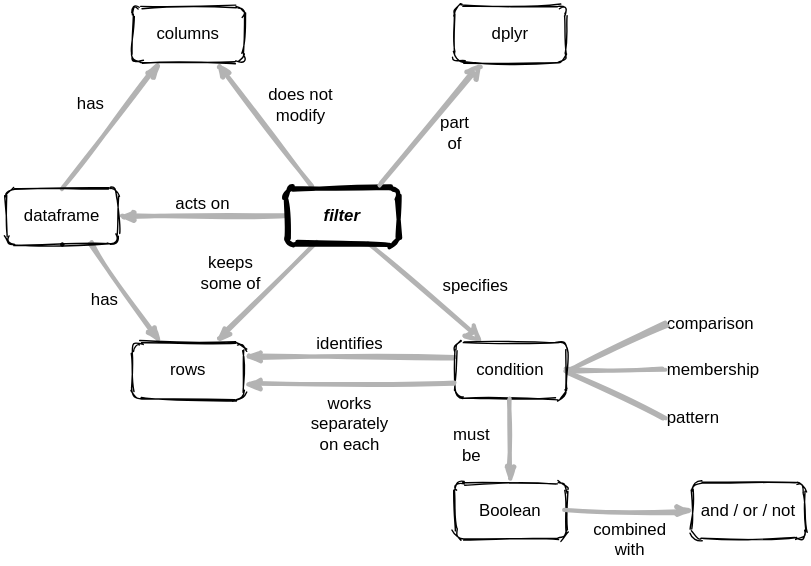
Before: en/filter.svg, a diagram exported from draw.io (rstudio/concept-maps). Source tidied: cells renumbered, new cells last; positions are measured from the earlier drawing's top-left corner, leaving out a move shared by most shapes.
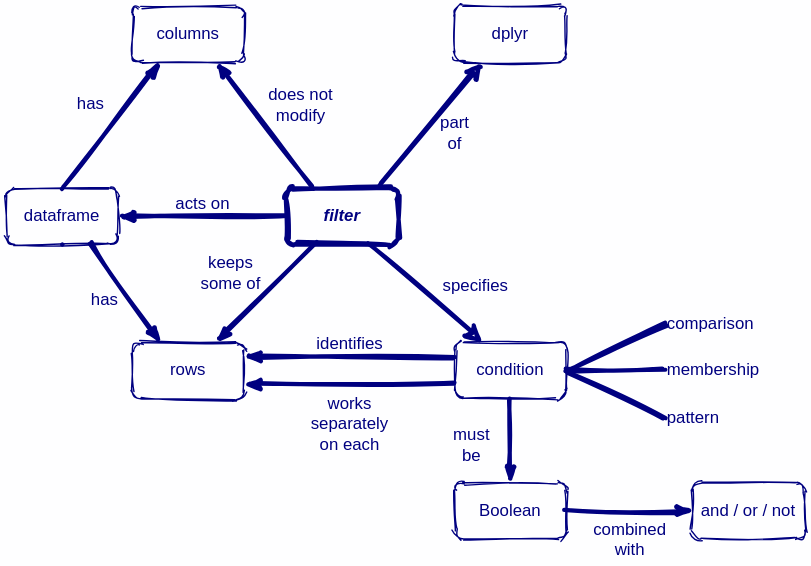
Above is the later version.

What changed in the source:
```diff
@@ -1,91 +1,91 @@
-<mxGraphModel background="#ffffff">
+<mxGraphModel background="#FEFEFF">
   <root>
     <mxCell id="0" />
     <mxCell id="1" parent="0" />
-    <mxCell id="2" value="acts on" style="edgeStyle=none;rounded=1;html=1;labelBackgroundColor=none;startArrow=none;startFill=0;startSize=5;endArrow=classicThin;endFill=1;endSize=5;jettySize=auto;strokeColor=#B3B3B3;strokeWidth=3;fontFamily=Helvetica;fontSize=12;exitX=0;exitY=0.5;exitDx=0;exitDy=0;entryX=1;entryY=0.5;entryDx=0;entryDy=0;verticalAlign=bottom;sketch=1;" parent="1" edge="1" source="13" target="8">
+    <mxCell id="2" value="acts on" style="edgeStyle=none;rounded=1;html=1;labelBackgroundColor=none;startArrow=none;startFill=0;startSize=5;endArrow=classicThin;endFill=1;endSize=5;jettySize=auto;strokeWidth=3;fontFamily=Helvetica;fontSize=12;exitX=0;exitY=0.5;exitDx=0;exitDy=0;entryX=1;entryY=0.5;entryDx=0;entryDy=0;verticalAlign=bottom;sketch=1;strokeColor=#000080;fontColor=#000080;" parent="1" edge="1" source="13" target="8">
       <mxGeometry relative="1" as="geometry" />
     </mxCell>
-    <mxCell id="3" value="has" style="edgeStyle=none;rounded=1;html=1;labelBackgroundColor=none;startArrow=none;startFill=0;startSize=5;endArrow=classicThin;endFill=1;endSize=5;jettySize=auto;strokeColor=#B3B3B3;strokeWidth=3;fontFamily=Helvetica;fontSize=12;exitX=0.75;exitY=1;exitDx=0;exitDy=0;entryX=0.25;entryY=0;entryDx=0;entryDy=0;verticalAlign=middle;sketch=1;" parent="1" edge="1" source="8" target="10">
+    <mxCell id="3" value="has" style="edgeStyle=none;rounded=1;html=1;labelBackgroundColor=none;startArrow=none;startFill=0;startSize=5;endArrow=classicThin;endFill=1;endSize=5;jettySize=auto;strokeWidth=3;fontFamily=Helvetica;fontSize=12;exitX=0.75;exitY=1;exitDx=0;exitDy=0;entryX=0.25;entryY=0;entryDx=0;entryDy=0;verticalAlign=middle;sketch=1;strokeColor=#000080;fontColor=#000080;" parent="1" edge="1" source="8" target="10">
       <mxGeometry x="-0.11" y="-15" relative="1" as="geometry" />
     </mxCell>
-    <mxCell id="4" value="keeps&lt;br style=&quot;font-size: 12px;&quot;&gt;some of" style="edgeStyle=none;rounded=1;html=1;labelBackgroundColor=none;startArrow=none;startFill=0;startSize=5;endArrow=classicThin;endFill=1;endSize=5;jettySize=auto;strokeColor=#B3B3B3;strokeWidth=3;fontFamily=Helvetica;fontSize=12;exitX=0.25;exitY=1;exitDx=0;exitDy=0;entryX=0.75;entryY=0;entryDx=0;entryDy=0;verticalAlign=middle;sketch=1;" parent="1" edge="1" source="13" target="10">
+    <mxCell id="4" value="keeps&lt;br style=&quot;font-size: 12px;&quot;&gt;some of" style="edgeStyle=none;rounded=1;html=1;labelBackgroundColor=none;startArrow=none;startFill=0;startSize=5;endArrow=classicThin;endFill=1;endSize=5;jettySize=auto;strokeWidth=3;fontFamily=Helvetica;fontSize=12;exitX=0.25;exitY=1;exitDx=0;exitDy=0;entryX=0.75;entryY=0;entryDx=0;entryDy=0;verticalAlign=middle;sketch=1;strokeColor=#000080;fontColor=#000080;" parent="1" edge="1" source="13" target="10">
       <mxGeometry x="0.14" y="-28" relative="1" as="geometry">
         <mxPoint y="-1" as="offset" />
       </mxGeometry>
     </mxCell>
-    <mxCell id="5" value="identifies" style="edgeStyle=none;rounded=1;html=1;labelBackgroundColor=none;startArrow=none;startFill=0;startSize=5;endArrow=classicThin;endFill=1;endSize=5;jettySize=auto;strokeColor=#B3B3B3;strokeWidth=3;fontFamily=Helvetica;fontSize=12;exitX=0;exitY=0.25;exitDx=0;exitDy=0;entryX=1;entryY=0.25;entryDx=0;entryDy=0;verticalAlign=bottom;sketch=1;" parent="1" edge="1" source="22" target="10">
+    <mxCell id="5" value="identifies" style="edgeStyle=none;rounded=1;html=1;labelBackgroundColor=none;startArrow=none;startFill=0;startSize=5;endArrow=classicThin;endFill=1;endSize=5;jettySize=auto;strokeWidth=3;fontFamily=Helvetica;fontSize=12;exitX=0;exitY=0.25;exitDx=0;exitDy=0;entryX=1;entryY=0.25;entryDx=0;entryDy=0;verticalAlign=bottom;sketch=1;strokeColor=#000080;fontColor=#000080;" parent="1" edge="1" source="22" target="10">
       <mxGeometry relative="1" as="geometry" />
     </mxCell>
-    <mxCell id="6" value="has" style="edgeStyle=none;rounded=1;html=1;labelBackgroundColor=none;startArrow=none;startFill=0;startSize=5;endArrow=classicThin;endFill=1;endSize=5;jettySize=auto;strokeColor=#B3B3B3;strokeWidth=3;fontFamily=Helvetica;fontSize=12;exitX=0.5;exitY=0;exitDx=0;exitDy=0;entryX=0.25;entryY=1;entryDx=0;entryDy=0;verticalAlign=middle;sketch=1;" parent="1" edge="1" source="8" target="11">
+    <mxCell id="6" value="has" style="edgeStyle=none;rounded=1;html=1;labelBackgroundColor=none;startArrow=none;startFill=0;startSize=5;endArrow=classicThin;endFill=1;endSize=5;jettySize=auto;strokeWidth=3;fontFamily=Helvetica;fontSize=12;exitX=0.5;exitY=0;exitDx=0;exitDy=0;entryX=0.25;entryY=1;entryDx=0;entryDy=0;verticalAlign=middle;sketch=1;strokeColor=#000080;fontColor=#000080;" parent="1" edge="1" source="8" target="11">
       <mxGeometry x="0.05" y="21" relative="1" as="geometry" />
     </mxCell>
-    <mxCell id="7" value="does not&lt;br style=&quot;font-size: 12px;&quot;&gt;modify" style="edgeStyle=none;rounded=1;html=1;labelBackgroundColor=none;startArrow=none;startFill=0;startSize=5;endArrow=classicThin;endFill=1;endSize=5;jettySize=auto;strokeColor=#B3B3B3;strokeWidth=3;fontFamily=Helvetica;fontSize=12;exitX=0.25;exitY=0;exitDx=0;exitDy=0;entryX=0.75;entryY=1;entryDx=0;entryDy=0;verticalAlign=middle;sketch=1;" parent="1" edge="1" source="13" target="11">
+    <mxCell id="7" value="does not&lt;br style=&quot;font-size: 12px;&quot;&gt;modify" style="edgeStyle=none;rounded=1;html=1;labelBackgroundColor=none;startArrow=none;startFill=0;startSize=5;endArrow=classicThin;endFill=1;endSize=5;jettySize=auto;strokeWidth=3;fontFamily=Helvetica;fontSize=12;exitX=0.25;exitY=0;exitDx=0;exitDy=0;entryX=0.75;entryY=1;entryDx=0;entryDy=0;verticalAlign=middle;sketch=1;strokeColor=#000080;fontColor=#000080;" parent="1" edge="1" source="13" target="11">
       <mxGeometry x="-0.06" y="-29" relative="1" as="geometry" />
     </mxCell>
-    <mxCell id="8" value="dataframe" style="rounded=1;whiteSpace=wrap;html=1;fontSize=12;fontFamily=Helvetica;fillColor=none;labelBackgroundColor=none;sketch=1;" parent="1" vertex="1">
+    <mxCell id="8" value="dataframe" style="rounded=1;whiteSpace=wrap;html=1;fontSize=12;fontFamily=Helvetica;fillColor=none;labelBackgroundColor=none;sketch=1;strokeColor=#000080;fontColor=#000080;" parent="1" vertex="1">
       <mxGeometry y="130" width="80" height="40" as="geometry" />
     </mxCell>
-    <mxCell id="9" style="edgeStyle=orthogonalEdgeStyle;rounded=0;orthogonalLoop=1;jettySize=auto;html=1;exitX=0.5;exitY=1;exitDx=0;exitDy=0;strokeWidth=3;fontSize=12;fontFamily=Helvetica;labelBackgroundColor=none;sketch=1;" parent="1" edge="1" source="8" target="8">
+    <mxCell id="9" style="edgeStyle=orthogonalEdgeStyle;rounded=0;orthogonalLoop=1;jettySize=auto;html=1;exitX=0.5;exitY=1;exitDx=0;exitDy=0;strokeWidth=3;fontSize=12;fontFamily=Helvetica;labelBackgroundColor=none;sketch=1;strokeColor=#000080;fontColor=#000080;" parent="1" edge="1" source="8" target="8">
       <mxGeometry relative="1" as="geometry" />
     </mxCell>
-    <mxCell id="10" value="rows" style="rounded=1;whiteSpace=wrap;html=1;fontSize=12;fontFamily=Helvetica;fillColor=none;labelBackgroundColor=none;sketch=1;" parent="1" vertex="1">
+    <mxCell id="10" value="rows" style="rounded=1;whiteSpace=wrap;html=1;fontSize=12;fontFamily=Helvetica;fillColor=none;labelBackgroundColor=none;sketch=1;strokeColor=#000080;fontColor=#000080;" parent="1" vertex="1">
       <mxGeometry x="90" y="240" width="80" height="40" as="geometry" />
     </mxCell>
-    <mxCell id="11" value="columns" style="rounded=1;whiteSpace=wrap;html=1;fontSize=12;fontFamily=Helvetica;fillColor=none;labelBackgroundColor=none;sketch=1;" parent="1" vertex="1">
+    <mxCell id="11" value="columns" style="rounded=1;whiteSpace=wrap;html=1;fontSize=12;fontFamily=Helvetica;fillColor=none;labelBackgroundColor=none;sketch=1;strokeColor=#000080;fontColor=#000080;" parent="1" vertex="1">
       <mxGeometry x="90" width="80" height="40" as="geometry" />
     </mxCell>
-    <mxCell id="12" value="specifies" style="endArrow=classic;html=1;strokeWidth=3;entryX=0.25;entryY=0;entryDx=0;entryDy=0;strokeColor=#B3B3B3;exitX=0.75;exitY=1;exitDx=0;exitDy=0;verticalAlign=middle;fontSize=12;labelBackgroundColor=none;fontFamily=Helvetica;align=left;sketch=1;" parent="1" edge="1" source="13" target="22">
+    <mxCell id="12" value="specifies" style="endArrow=classic;html=1;strokeWidth=3;entryX=0.25;entryY=0;entryDx=0;entryDy=0;exitX=0.75;exitY=1;exitDx=0;exitDy=0;verticalAlign=middle;fontSize=12;labelBackgroundColor=none;fontFamily=Helvetica;align=left;sketch=1;strokeColor=#000080;fontColor=#000080;" parent="1" edge="1" source="13" target="22">
       <mxGeometry x="0.08" y="10" relative="1" as="geometry">
         <mxPoint x="1" as="offset" />
       </mxGeometry>
     </mxCell>
-    <mxCell id="13" value="&lt;b style=&quot;font-size: 12px&quot;&gt;&lt;i style=&quot;font-size: 12px&quot;&gt;filter&lt;/i&gt;&lt;/b&gt;" style="rounded=1;whiteSpace=wrap;html=1;strokeWidth=3;fontSize=12;fontFamily=Helvetica;fillColor=none;labelBackgroundColor=none;sketch=1;" parent="1" vertex="1">
+    <mxCell id="13" value="&lt;b style=&quot;font-size: 12px&quot;&gt;&lt;i style=&quot;font-size: 12px&quot;&gt;filter&lt;/i&gt;&lt;/b&gt;" style="rounded=1;whiteSpace=wrap;html=1;strokeWidth=3;fontSize=12;fontFamily=Helvetica;fillColor=none;labelBackgroundColor=none;sketch=1;strokeColor=#000080;fontColor=#000080;" parent="1" vertex="1">
       <mxGeometry x="200" y="130" width="80" height="40" as="geometry" />
     </mxCell>
-    <mxCell id="14" value="dplyr" style="rounded=1;whiteSpace=wrap;html=1;fontSize=12;fontFamily=Helvetica;fillColor=none;labelBackgroundColor=none;sketch=1;" parent="1" vertex="1">
+    <mxCell id="14" value="dplyr" style="rounded=1;whiteSpace=wrap;html=1;fontSize=12;fontFamily=Helvetica;fillColor=none;labelBackgroundColor=none;sketch=1;strokeColor=#000080;fontColor=#000080;" parent="1" vertex="1">
       <mxGeometry x="320" width="80" height="40" as="geometry" />
     </mxCell>
-    <mxCell id="15" value="part&lt;br style=&quot;font-size: 12px;&quot;&gt;of" style="endArrow=classic;html=1;strokeWidth=3;entryX=0.25;entryY=1;entryDx=0;entryDy=0;strokeColor=#B3B3B3;exitX=0.838;exitY=-0.05;exitDx=0;exitDy=0;verticalAlign=middle;fontSize=12;labelBackgroundColor=none;exitPerimeter=0;fontFamily=Helvetica;sketch=1;" parent="1" edge="1" source="13" target="14">
+    <mxCell id="15" value="part&lt;br style=&quot;font-size: 12px;&quot;&gt;of" style="endArrow=classic;html=1;strokeWidth=3;entryX=0.25;entryY=1;entryDx=0;entryDy=0;exitX=0.838;exitY=-0.05;exitDx=0;exitDy=0;verticalAlign=middle;fontSize=12;labelBackgroundColor=none;exitPerimeter=0;fontFamily=Helvetica;sketch=1;strokeColor=#000080;fontColor=#000080;" parent="1" edge="1" source="13" target="14">
       <mxGeometry x="0.1" y="-17" relative="1" as="geometry" />
     </mxCell>
-    <mxCell id="16" value="comparison" style="text;html=1;strokeColor=none;fillColor=none;align=left;verticalAlign=middle;whiteSpace=wrap;rounded=0;fontSize=12;fontFamily=Helvetica;labelBackgroundColor=none;sketch=1;" parent="1" vertex="1">
+    <mxCell id="16" value="comparison" style="text;html=1;fillColor=none;align=left;verticalAlign=middle;whiteSpace=wrap;rounded=0;fontSize=12;fontFamily=Helvetica;labelBackgroundColor=none;sketch=1;fontColor=#000080;" parent="1" vertex="1">
       <mxGeometry x="470" y="216.5" width="60" height="20" as="geometry" />
     </mxCell>
-    <mxCell id="17" value="membership" style="text;html=1;strokeColor=none;fillColor=none;align=left;verticalAlign=middle;whiteSpace=wrap;rounded=0;fontSize=12;fontFamily=Helvetica;labelBackgroundColor=none;sketch=1;" parent="1" vertex="1">
+    <mxCell id="17" value="membership" style="text;html=1;fillColor=none;align=left;verticalAlign=middle;whiteSpace=wrap;rounded=0;fontSize=12;fontFamily=Helvetica;labelBackgroundColor=none;sketch=1;fontColor=#000080;" parent="1" vertex="1">
       <mxGeometry x="470" y="249.5" width="60" height="20" as="geometry" />
     </mxCell>
-    <mxCell id="18" value="pattern" style="text;html=1;strokeColor=none;fillColor=none;align=left;verticalAlign=middle;whiteSpace=wrap;rounded=0;fontSize=12;fontFamily=Helvetica;labelBackgroundColor=none;sketch=1;" parent="1" vertex="1">
+    <mxCell id="18" value="pattern" style="text;html=1;fillColor=none;align=left;verticalAlign=middle;whiteSpace=wrap;rounded=0;fontSize=12;fontFamily=Helvetica;labelBackgroundColor=none;sketch=1;fontColor=#000080;" parent="1" vertex="1">
       <mxGeometry x="470" y="283.5" width="60" height="20" as="geometry" />
     </mxCell>
-    <mxCell id="19" style="endArrow=none;html=1;labelBackgroundColor=none;strokeColor=#B3B3B3;strokeWidth=3;fontSize=12;exitX=1;exitY=0.5;exitDx=0;exitDy=0;entryX=0;entryY=0.5;entryDx=0;entryDy=0;fontFamily=Helvetica;sketch=1;" parent="1" edge="1" source="22" target="16">
+    <mxCell id="19" style="endArrow=none;html=1;labelBackgroundColor=none;strokeWidth=3;fontSize=12;exitX=1;exitY=0.5;exitDx=0;exitDy=0;entryX=0;entryY=0.5;entryDx=0;entryDy=0;fontFamily=Helvetica;sketch=1;strokeColor=#000080;fontColor=#000080;" parent="1" edge="1" source="22" target="16">
       <mxGeometry relative="1" as="geometry" />
     </mxCell>
-    <mxCell id="20" style="endArrow=none;html=1;labelBackgroundColor=none;strokeColor=#B3B3B3;strokeWidth=3;fontSize=12;entryX=0;entryY=0.5;entryDx=0;entryDy=0;exitX=1;exitY=0.5;exitDx=0;exitDy=0;fontFamily=Helvetica;sketch=1;" parent="1" edge="1" source="22" target="17">
+    <mxCell id="20" style="endArrow=none;html=1;labelBackgroundColor=none;strokeWidth=3;fontSize=12;entryX=0;entryY=0.5;entryDx=0;entryDy=0;exitX=1;exitY=0.5;exitDx=0;exitDy=0;fontFamily=Helvetica;sketch=1;strokeColor=#000080;fontColor=#000080;" parent="1" edge="1" source="22" target="17">
       <mxGeometry relative="1" as="geometry" />
     </mxCell>
-    <mxCell id="21" style="endArrow=none;html=1;labelBackgroundColor=none;strokeColor=#B3B3B3;strokeWidth=3;fontSize=12;entryX=0;entryY=0.5;entryDx=0;entryDy=0;fontFamily=Helvetica;sketch=1;" parent="1" edge="1" target="18">
+    <mxCell id="21" style="endArrow=none;html=1;labelBackgroundColor=none;strokeWidth=3;fontSize=12;entryX=0;entryY=0.5;entryDx=0;entryDy=0;fontFamily=Helvetica;sketch=1;strokeColor=#000080;fontColor=#000080;" parent="1" edge="1" target="18">
       <mxGeometry relative="1" as="geometry">
         <mxPoint x="400" y="260" as="sourcePoint" />
       </mxGeometry>
     </mxCell>
-    <mxCell id="22" value="condition" style="rounded=1;whiteSpace=wrap;html=1;fontSize=12;fontFamily=Helvetica;fillColor=none;labelBackgroundColor=none;sketch=1;" parent="1" vertex="1">
+    <mxCell id="22" value="condition" style="rounded=1;whiteSpace=wrap;html=1;fontSize=12;fontFamily=Helvetica;fillColor=none;labelBackgroundColor=none;sketch=1;strokeColor=#000080;fontColor=#000080;" parent="1" vertex="1">
       <mxGeometry x="320" y="240" width="80" height="40" as="geometry" />
     </mxCell>
-    <mxCell id="23" value="Boolean" style="rounded=1;whiteSpace=wrap;html=1;fontSize=12;fontFamily=Helvetica;fillColor=none;labelBackgroundColor=none;sketch=1;" parent="1" vertex="1">
+    <mxCell id="23" value="Boolean" style="rounded=1;whiteSpace=wrap;html=1;fontSize=12;fontFamily=Helvetica;fillColor=none;labelBackgroundColor=none;sketch=1;strokeColor=#000080;fontColor=#000080;" parent="1" vertex="1">
       <mxGeometry x="320" y="340" width="80" height="40" as="geometry" />
     </mxCell>
-    <mxCell id="24" value="must&lt;br&gt;be" style="edgeStyle=none;rounded=1;html=1;labelBackgroundColor=none;startArrow=none;startFill=0;startSize=5;endArrow=classicThin;endFill=1;endSize=5;jettySize=auto;strokeColor=#B3B3B3;strokeWidth=3;fontFamily=Helvetica;fontSize=12;exitX=0.5;exitY=1;exitDx=0;exitDy=0;entryX=0.5;entryY=0;entryDx=0;entryDy=0;verticalAlign=middle;sketch=1;" parent="1" edge="1" source="22" target="23">
+    <mxCell id="24" value="must&lt;br&gt;be" style="edgeStyle=none;rounded=1;html=1;labelBackgroundColor=none;startArrow=none;startFill=0;startSize=5;endArrow=classicThin;endFill=1;endSize=5;jettySize=auto;strokeWidth=3;fontFamily=Helvetica;fontSize=12;exitX=0.5;exitY=1;exitDx=0;exitDy=0;entryX=0.5;entryY=0;entryDx=0;entryDy=0;verticalAlign=middle;sketch=1;strokeColor=#000080;fontColor=#000080;" parent="1" edge="1" source="22" target="23">
       <mxGeometry x="0.14" y="-28" relative="1" as="geometry">
         <mxPoint y="-1" as="offset" />
       </mxGeometry>
     </mxCell>
-    <mxCell id="25" value="and / or / not" style="rounded=1;whiteSpace=wrap;html=1;fontSize=12;fontFamily=Helvetica;fillColor=none;labelBackgroundColor=none;sketch=1;" parent="1" vertex="1">
+    <mxCell id="25" value="and / or / not" style="rounded=1;whiteSpace=wrap;html=1;fontSize=12;fontFamily=Helvetica;fillColor=none;labelBackgroundColor=none;sketch=1;strokeColor=#000080;fontColor=#000080;" parent="1" vertex="1">
       <mxGeometry x="490" y="340" width="80" height="40" as="geometry" />
     </mxCell>
-    <mxCell id="26" value="combined&lt;br&gt;with" style="edgeStyle=none;rounded=1;html=1;labelBackgroundColor=none;startArrow=none;startFill=0;startSize=5;endArrow=classicThin;endFill=1;endSize=5;jettySize=auto;strokeColor=#B3B3B3;strokeWidth=3;fontFamily=Helvetica;fontSize=12;verticalAlign=top;entryX=0;entryY=0.5;entryDx=0;entryDy=0;exitX=1;exitY=0.5;exitDx=0;exitDy=0;sketch=1;" parent="1" edge="1" source="23" target="25">
+    <mxCell id="26" value="combined&lt;br&gt;with" style="edgeStyle=none;rounded=1;html=1;labelBackgroundColor=none;startArrow=none;startFill=0;startSize=5;endArrow=classicThin;endFill=1;endSize=5;jettySize=auto;strokeWidth=3;fontFamily=Helvetica;fontSize=12;verticalAlign=top;entryX=0;entryY=0.5;entryDx=0;entryDy=0;exitX=1;exitY=0.5;exitDx=0;exitDy=0;sketch=1;strokeColor=#000080;fontColor=#000080;" parent="1" edge="1" source="23" target="25">
       <mxGeometry relative="1" as="geometry" />
     </mxCell>
-    <mxCell id="27" value="works&lt;br&gt;separately&lt;br&gt;on each" style="edgeStyle=none;rounded=1;html=1;labelBackgroundColor=none;startArrow=none;startFill=0;startSize=5;endArrow=classicThin;endFill=1;endSize=5;jettySize=auto;strokeColor=#B3B3B3;strokeWidth=3;fontFamily=Helvetica;fontSize=12;exitX=0;exitY=0.75;exitDx=0;exitDy=0;entryX=1;entryY=0.75;entryDx=0;entryDy=0;verticalAlign=top;sketch=1;" parent="1" edge="1" source="22" target="10">
+    <mxCell id="27" value="works&lt;br&gt;separately&lt;br&gt;on each" style="edgeStyle=none;rounded=1;html=1;labelBackgroundColor=none;startArrow=none;startFill=0;startSize=5;endArrow=classicThin;endFill=1;endSize=5;jettySize=auto;strokeWidth=3;fontFamily=Helvetica;fontSize=12;exitX=0;exitY=0.75;exitDx=0;exitDy=0;entryX=1;entryY=0.75;entryDx=0;entryDy=0;verticalAlign=top;sketch=1;strokeColor=#000080;fontColor=#000080;" parent="1" edge="1" source="22" target="10">
       <mxGeometry relative="1" as="geometry" />
     </mxCell>
   </root>
```
